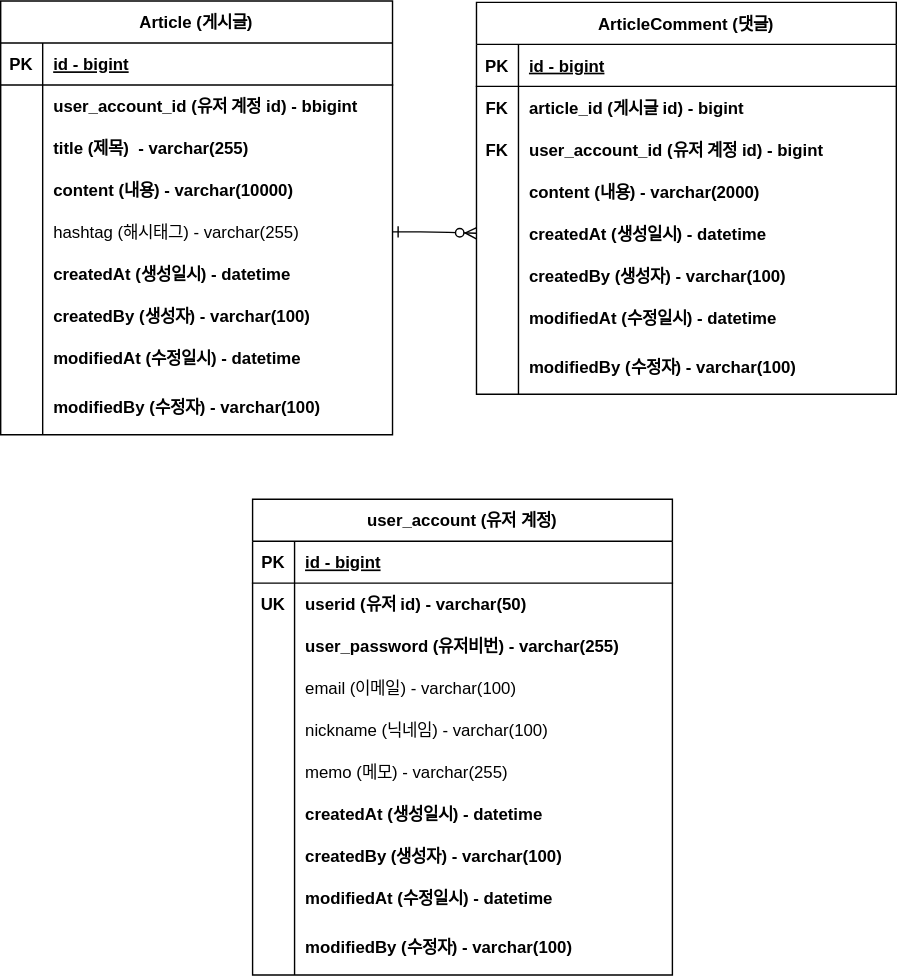
This is document/board-erd.svg from HUN0904/project-board, a draw.io export, as it was before one commit. Source tidied: cells renumbered, new cells last; positions are measured from the earlier drawing's top-left corner, leaving out a move shared by most shapes.
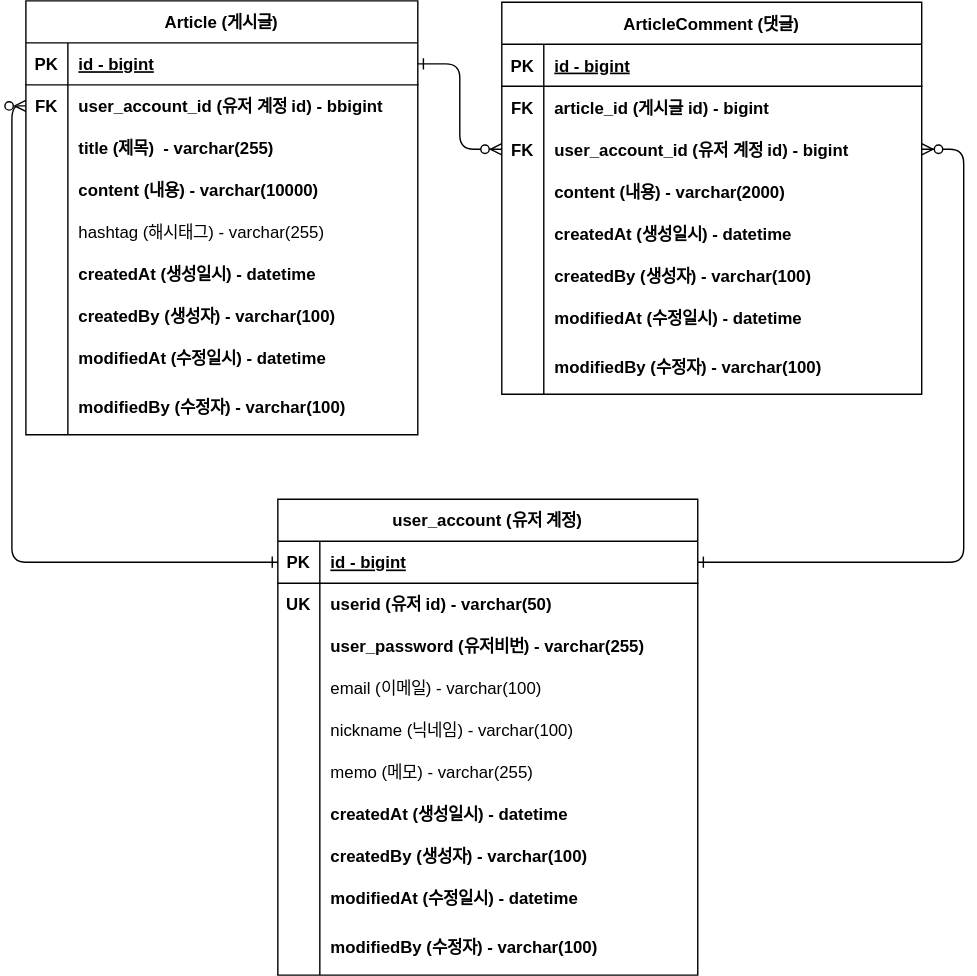
After the change.

Diff of the diagram source:
```diff
@@ -2,7 +2,7 @@
   <root>
     <mxCell id="0" />
     <mxCell id="1" parent="0" />
-    <mxCell id="2" style="edgeStyle=entityRelationEdgeStyle;endArrow=ERzeroToMany;startArrow=ERone;endFill=1;startFill=0;exitX=1;exitY=0.5;exitDx=0;exitDy=0;entryX=0;entryY=0.5;entryDx=0;entryDy=0;" parent="1" edge="1" source="41" target="16">
+    <mxCell id="2" style="edgeStyle=entityRelationEdgeStyle;endArrow=ERzeroToMany;startArrow=ERone;endFill=1;startFill=0;exitX=1;exitY=0.5;exitDx=0;exitDy=0;entryX=0;entryY=0.5;entryDx=0;entryDy=0;" parent="1" edge="1" source="29" target="10">
       <mxGeometry relative="1" as="geometry" />
     </mxCell>
     <mxCell id="3" value="ArticleComment (댓글)" style="shape=table;startSize=30;rowLines=0;fontStyle=1;align=center;" parent="1" vertex="1">
@@ -95,7 +95,7 @@
     <mxCell id="32" style="shape=partialRectangle;fillColor=none;points=[[0,0.5],[1,0.5]];portConstraint=eastwest;top=0;left=0;right=0;bottom=0;" parent="28" vertex="1">
       <mxGeometry y="60" width="280" height="30" as="geometry" />
     </mxCell>
-    <mxCell id="33" style="shape=partialRectangle;overflow=hidden;fillColor=none;top=0;left=0;bottom=0;right=0;" parent="32" vertex="1">
+    <mxCell id="33" value="FK" style="shape=partialRectangle;overflow=hidden;fillColor=none;top=0;left=0;bottom=0;right=0;fontStyle=1;" parent="32" vertex="1">
       <mxGeometry width="30" height="30" as="geometry" />
     </mxCell>
     <mxCell id="34" value="user_account_id (유저 계정 id) - bbigint" style="shape=partialRectangle;overflow=hidden;fillColor=none;top=0;left=0;bottom=0;right=0;align=left;spacingLeft=6;fontStyle=1;" parent="32" vertex="1">
@@ -257,5 +257,16 @@
     <mxCell id="86" value="modifiedBy (수정자) - varchar(100)" style="shape=partialRectangle;overflow=hidden;fillColor=none;top=0;left=0;bottom=0;right=0;align=left;spacingLeft=6;fontStyle=1;" parent="84" vertex="1">
       <mxGeometry x="30" width="270" height="40" as="geometry" />
     </mxCell>
+    <mxCell id="87" style="edgeStyle=orthogonalEdgeStyle;endArrow=ERzeroToMany;startArrow=ERone;endFill=1;startFill=0;exitX=1;exitY=0.5;exitDx=0;exitDy=0;entryX=1;entryY=0.5;entryDx=0;entryDy=0;" parent="1" edge="1" source="57" target="10">
+      <mxGeometry relative="1" as="geometry">
+        <Array as="points">
+          <mxPoint x="670" y="401" />
+          <mxPoint x="670" y="106" />
+        </Array>
+      </mxGeometry>
+    </mxCell>
+    <mxCell id="88" style="edgeStyle=orthogonalEdgeStyle;endArrow=ERzeroToMany;startArrow=ERone;endFill=1;startFill=0;exitX=0;exitY=0.5;exitDx=0;exitDy=0;entryX=0;entryY=0.5;entryDx=0;entryDy=0;" parent="1" edge="1" source="57" target="32">
+      <mxGeometry relative="1" as="geometry" />
+    </mxCell>
   </root>
 </mxGraphModel>
```
